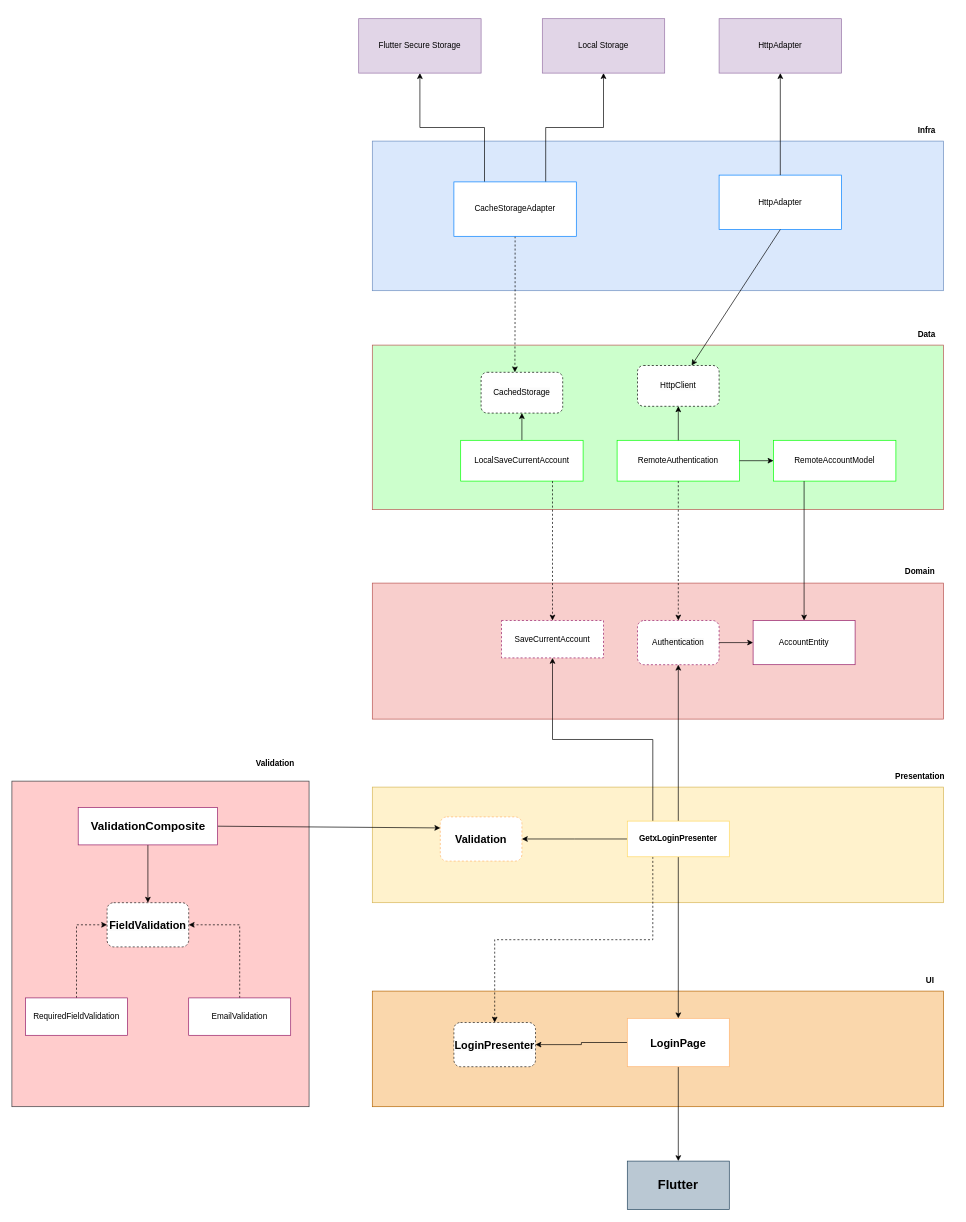
This is page "Login" (1 of 4) of requirements/Arquitetura TattooManager.drawio from PedroMerinoDev/tattoo_manager, a draw.io file, before an edit. Source tidied: cells renumbered, new cells numbered last; positions are measured from the earlier drawing's top-left corner, leaving out a move shared by most shapes. Both pictures are drawn from the tidied source at 68%, with x=0, y=0 at pixel (12, 18).
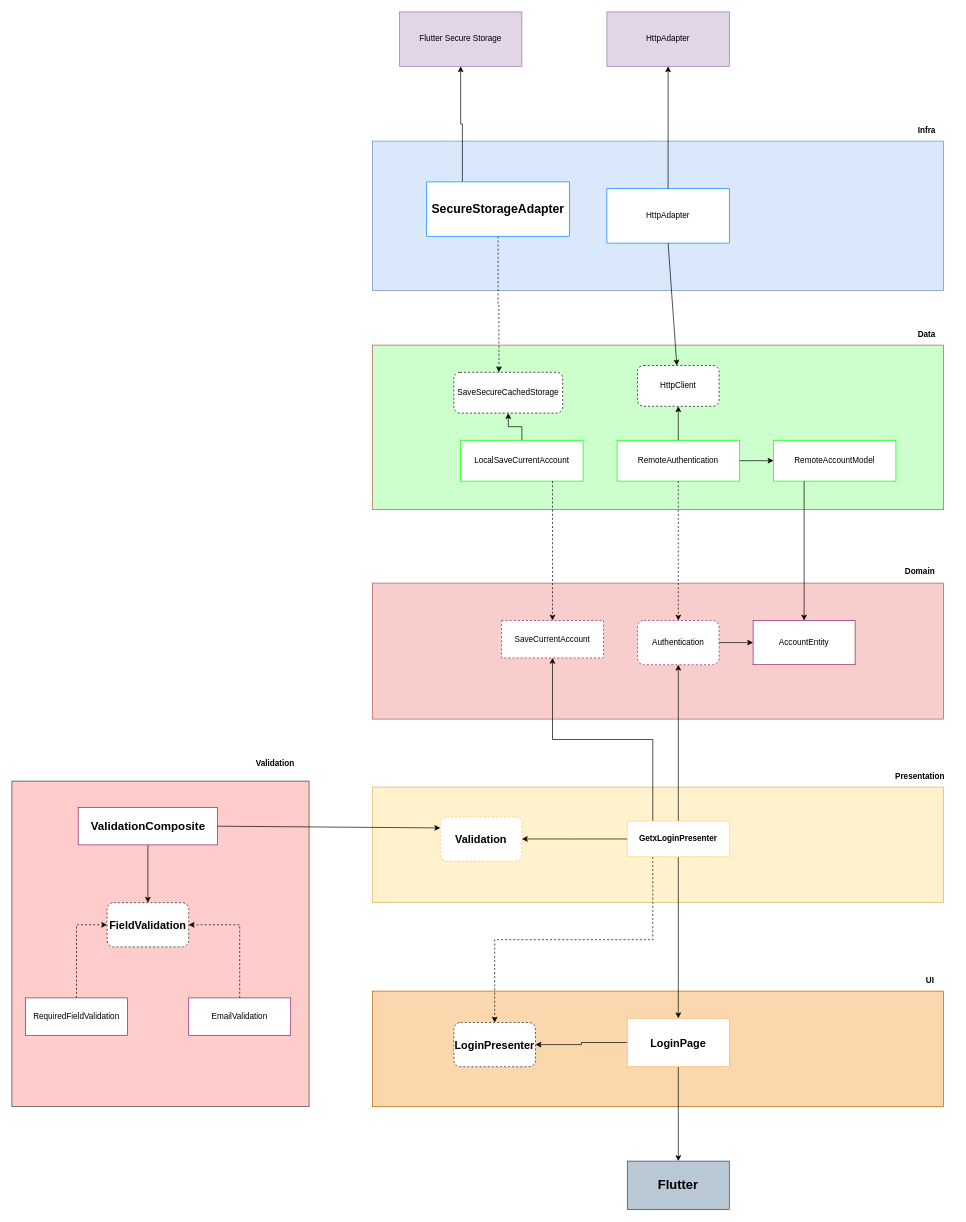
After the change.

What changed in the source:
```diff
@@
     <mxCell id="22" value="HttpAdapter" style="rounded=0;whiteSpace=wrap;html=1;strokeColor=#007FFF;" parent="1" vertex="1">
-      <mxGeometry x="1040" y="230" width="180" height="80" as="geometry" />
+      <mxGeometry x="875" y="250" width="180" height="80" as="geometry" />
     </mxCell>
     <mxCell id="23" value="HttpAdapter" style="rounded=0;whiteSpace=wrap;html=1;strokeColor=#9673a6;fillColor=#e1d5e7;" parent="1" vertex="1">
-      <mxGeometry x="1040" width="180" height="80" as="geometry" />
+      <mxGeometry x="875" y="-10" width="180" height="80" as="geometry" />
     </mxCell>
@@
-    <mxCell id="52" value="&lt;span style=&quot;color: rgb(0, 0, 0); font-family: Helvetica; font-size: 12px; font-style: normal; font-variant-ligatures: normal; font-variant-caps: normal; font-weight: 400; letter-spacing: normal; orphans: 2; text-align: center; text-indent: 0px; text-transform: none; widows: 2; word-spacing: 0px; -webkit-text-stroke-width: 0px; background-color: rgb(251, 251, 251); text-decoration-thickness: initial; text-decoration-style: initial; text-decoration-color: initial; float: none; display: inline !important;&quot;&gt;CachedStorage&lt;/span&gt;" style="rounded=1;whiteSpace=wrap;html=1;dashed=1;" parent="1" vertex="1">
-      <mxGeometry x="690" y="520" width="120" height="60" as="geometry" />
+    <mxCell id="52" value="&lt;span style=&quot;color: rgb(0, 0, 0); font-family: Helvetica; font-size: 12px; font-style: normal; font-variant-ligatures: normal; font-variant-caps: normal; font-weight: 400; letter-spacing: normal; orphans: 2; text-align: center; text-indent: 0px; text-transform: none; widows: 2; word-spacing: 0px; -webkit-text-stroke-width: 0px; background-color: rgb(251, 251, 251); text-decoration-thickness: initial; text-decoration-style: initial; text-decoration-color: initial; float: none; display: inline !important;&quot;&gt;SaveSecureCachedStorage&lt;/span&gt;" style="rounded=1;whiteSpace=wrap;html=1;dashed=1;" parent="1" vertex="1">
+      <mxGeometry x="650" y="520" width="160" height="60" as="geometry" />
     </mxCell>
@@
-    <mxCell id="55" style="edgeStyle=orthogonalEdgeStyle;rounded=0;jettySize=auto;html=1;exitX=0.75;exitY=0;exitDx=0;exitDy=0;" parent="1" edge="1" source="56" target="57">
-      <mxGeometry relative="1" as="geometry" />
-    </mxCell>
-    <mxCell id="56" value="CacheStorageAdapter" style="rounded=0;whiteSpace=wrap;html=1;strokeColor=#007FFF;" parent="1" vertex="1">
-      <mxGeometry x="650" y="240" width="180" height="80" as="geometry" />
+    <mxCell id="56" value="&lt;h2 style=&quot;border-color: var(--border-color);&quot;&gt;SecureStorageAdapter&lt;/h2&gt;" style="rounded=0;whiteSpace=wrap;html=1;strokeColor=#007FFF;" parent="1" vertex="1">
+      <mxGeometry x="610" y="240" width="210" height="80" as="geometry" />
     </mxCell>
-    <mxCell id="57" value="Local Storage" style="rounded=0;whiteSpace=wrap;html=1;strokeColor=#9673a6;fillColor=#e1d5e7;" parent="1" vertex="1">
-      <mxGeometry x="780" width="180" height="80" as="geometry" />
-    </mxCell>
     <mxCell id="58" value="Flutter Secure Storage" style="rounded=0;whiteSpace=wrap;html=1;strokeColor=#9673a6;fillColor=#e1d5e7;" parent="1" vertex="1">
-      <mxGeometry x="510" width="180" height="80" as="geometry" />
+      <mxGeometry x="570" y="-10" width="180" height="80" as="geometry" />
     </mxCell>
```
